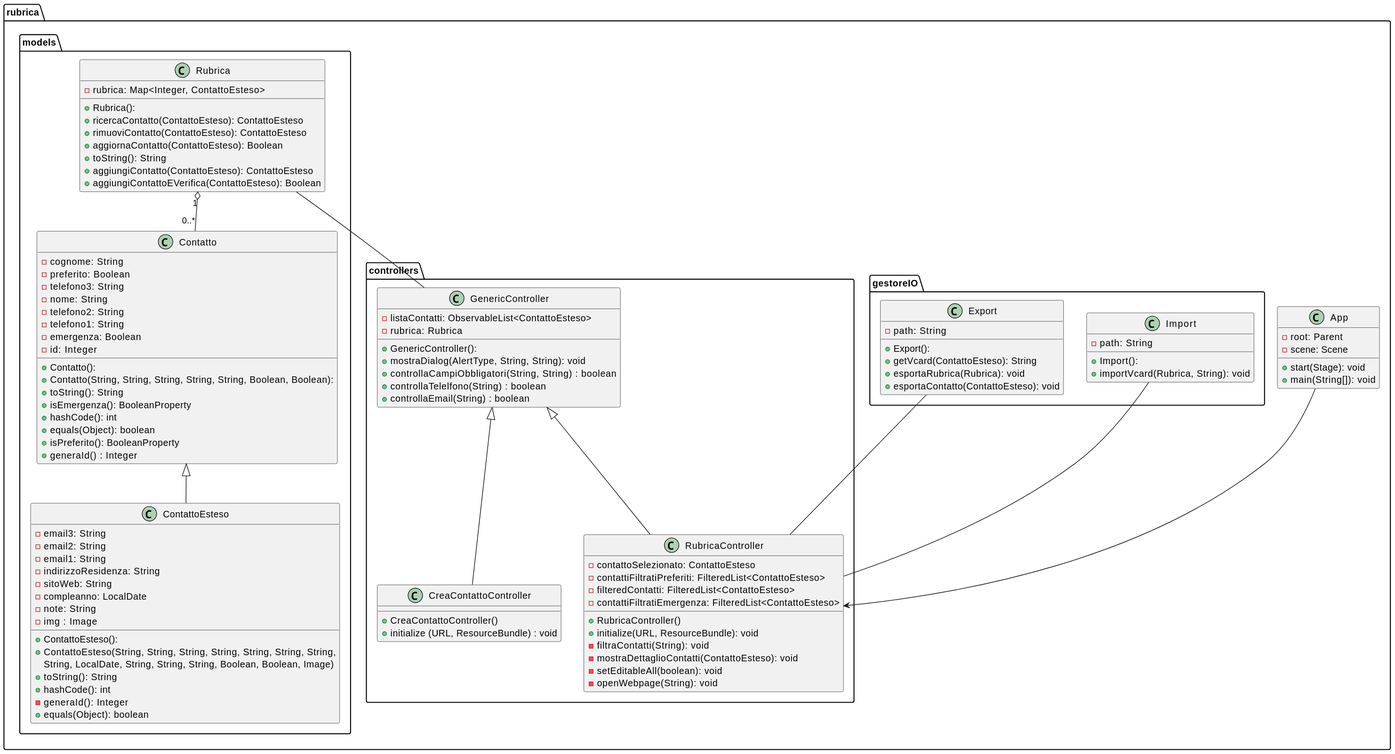
Above: docs/Diagrammi/Classi/svg/DiagrammiClassi.svg in emanueletocci/uni-swe-project (PlantUML), before the change.
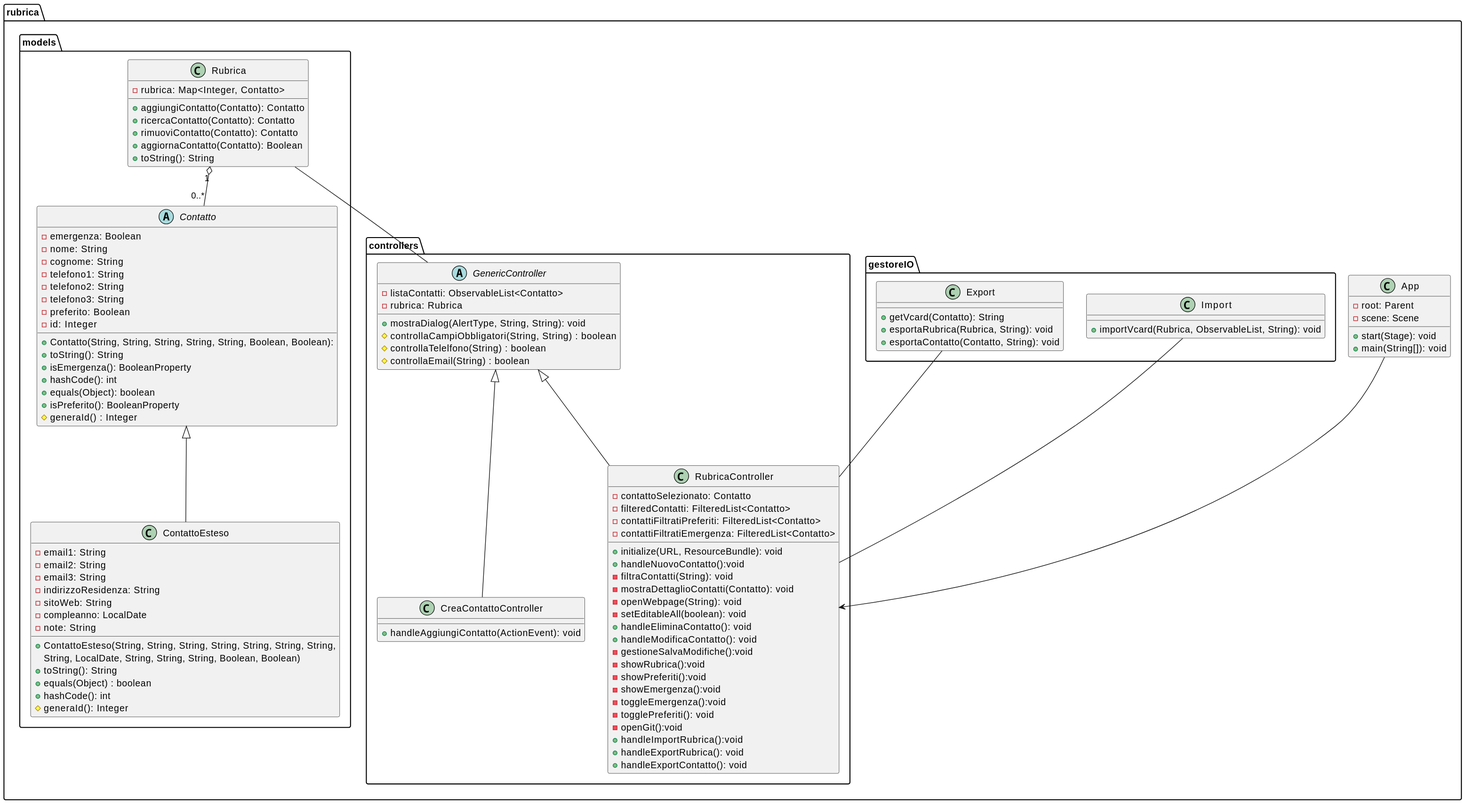
The same file after the commit.

Diff of the diagram source:
```diff
@@ -2,36 +2,44 @@
 package rubrica {
 
     package controllers{
-       class GenericController{
-            + GenericController():
-            - listaContatti: ObservableList<ContattoEsteso>
+       abstract class GenericController{
+            - listaContatti: ObservableList<Contatto>
             - rubrica: Rubrica
             + mostraDialog(AlertType, String, String): void
-            + controllaCampiObbligatori(String, String) : boolean
-            + controllaTelelfono(String) : boolean
-            + controllaEmail(String) : boolean
+            # controllaCampiObbligatori(String, String) : boolean
+            # controllaTelelfono(String) : boolean
+            # controllaEmail(String) : boolean
 
     }
 
         class RubricaController{
-            + RubricaController()
-            - contattoSelezionato: ContattoEsteso
-            - contattiFiltratiPreferiti: FilteredList<ContattoEsteso>
-            - filteredContatti: FilteredList<ContattoEsteso>
-            - contattiFiltratiEmergenza: FilteredList<ContattoEsteso>
+            - contattoSelezionato: Contatto
+            - filteredContatti: FilteredList<Contatto>
+            - contattiFiltratiPreferiti: FilteredList<Contatto>
+            - contattiFiltratiEmergenza: FilteredList<Contatto>
             + initialize(URL, ResourceBundle): void
+            + handleNuovoContatto():void
             - filtraContatti(String): void
-            - mostraDettaglioContatti(ContattoEsteso): void
+            - mostraDettaglioContatti(Contatto): void
+            - openWebpage(String): void
             - setEditableAll(boolean): void
-            - openWebpage(String): void
-
+            + handleEliminaContatto(): void
+            + handleModificaContatto(): void
+            - gestioneSalvaModifiche():void
+            - showRubrica():void
+            - showPreferiti():void
+            - showEmergenza():void
+            - toggleEmergenza():void
+            - togglePreferiti(): void
+            - openGit():void
+            + handleImportRubrica():void
+            + handleExportRubrica(): void
+            + handleExportContatto(): void
         }
 
         class CreaContattoController {
-            + CreaContattoController()
-            + initialize (URL, ResourceBundle) : void
+            +handleAggiungiContatto(ActionEvent): void
         }
-
     }
 
         class App {
@@ -44,52 +52,48 @@
     package models{
 
     class Rubrica{
-          + Rubrica():
-          - rubrica: Map<Integer, ContattoEsteso>
-          + ricercaContatto(ContattoEsteso): ContattoEsteso
-          + rimuoviContatto(ContattoEsteso): ContattoEsteso
-          + aggiornaContatto(ContattoEsteso): Boolean
+          - rubrica: Map<Integer, Contatto>
+          + aggiungiContatto(Contatto): Contatto
+          + ricercaContatto(Contatto): Contatto
+          + rimuoviContatto(Contatto): Contatto
+          + aggiornaContatto(Contatto): Boolean
           + toString(): String
-          + aggiungiContatto(ContattoEsteso): ContattoEsteso
-          + aggiungiContattoEVerifica(ContattoEsteso): Boolean
+
         }
 
 
-   class Contatto{
-          + Contatto():
+   abstract class Contatto{
           + Contatto(String, String, String, String, String, Boolean, Boolean):
+          - emergenza: Boolean
+          - nome: String
           - cognome: String
+          - telefono1: String
+          - telefono2: String
+          - telefono3: String
           - preferito: Boolean
-          - telefono3: String
-          - nome: String
-          - telefono2: String
-          - telefono1: String
-          - emergenza: Boolean
           - id: Integer
           + toString(): String
           + isEmergenza(): BooleanProperty
           + hashCode(): int
           + equals(Object): boolean
           + isPreferito(): BooleanProperty
-          + generaId() : Integer
+          # generaId() : Integer
         }
 
    class ContattoEsteso {
-         + ContattoEsteso():
          + ContattoEsteso(String, String, String, String, String, String, String,
-                     String, LocalDate, String, String, String, Boolean, Boolean, Image)
+                     String, LocalDate, String, String, String, Boolean, Boolean)
+         - email1: String
+         - email2: String
          - email3: String
-         - email2: String
-         - email1: String
          - indirizzoResidenza: String
          - sitoWeb: String
          - compleanno: LocalDate
          - note: String
-         - img : Image
          + toString(): String
+         + equals(Object) : boolean
          + hashCode(): int
-         - generaId(): Integer
-         + equals(Object): boolean
+         # generaId(): Integer
 
         }
 
@@ -99,17 +103,13 @@
   package gestoreIO {
 
     class Export {
-        + Export():
-        - path: String
-        + getVcard(ContattoEsteso): String
-        + esportaRubrica(Rubrica): void
-        + esportaContatto(ContattoEsteso): void
+        + getVcard(Contatto): String
+        + esportaRubrica(Rubrica, String): void
+        + esportaContatto(Contatto, String): void
     }
 
    class Import {
-      + Import():
-      - path: String
-      + importVcard(Rubrica, String): void
+      + importVcard(Rubrica, ObservableList, String): void
 }
 }
 }
```
